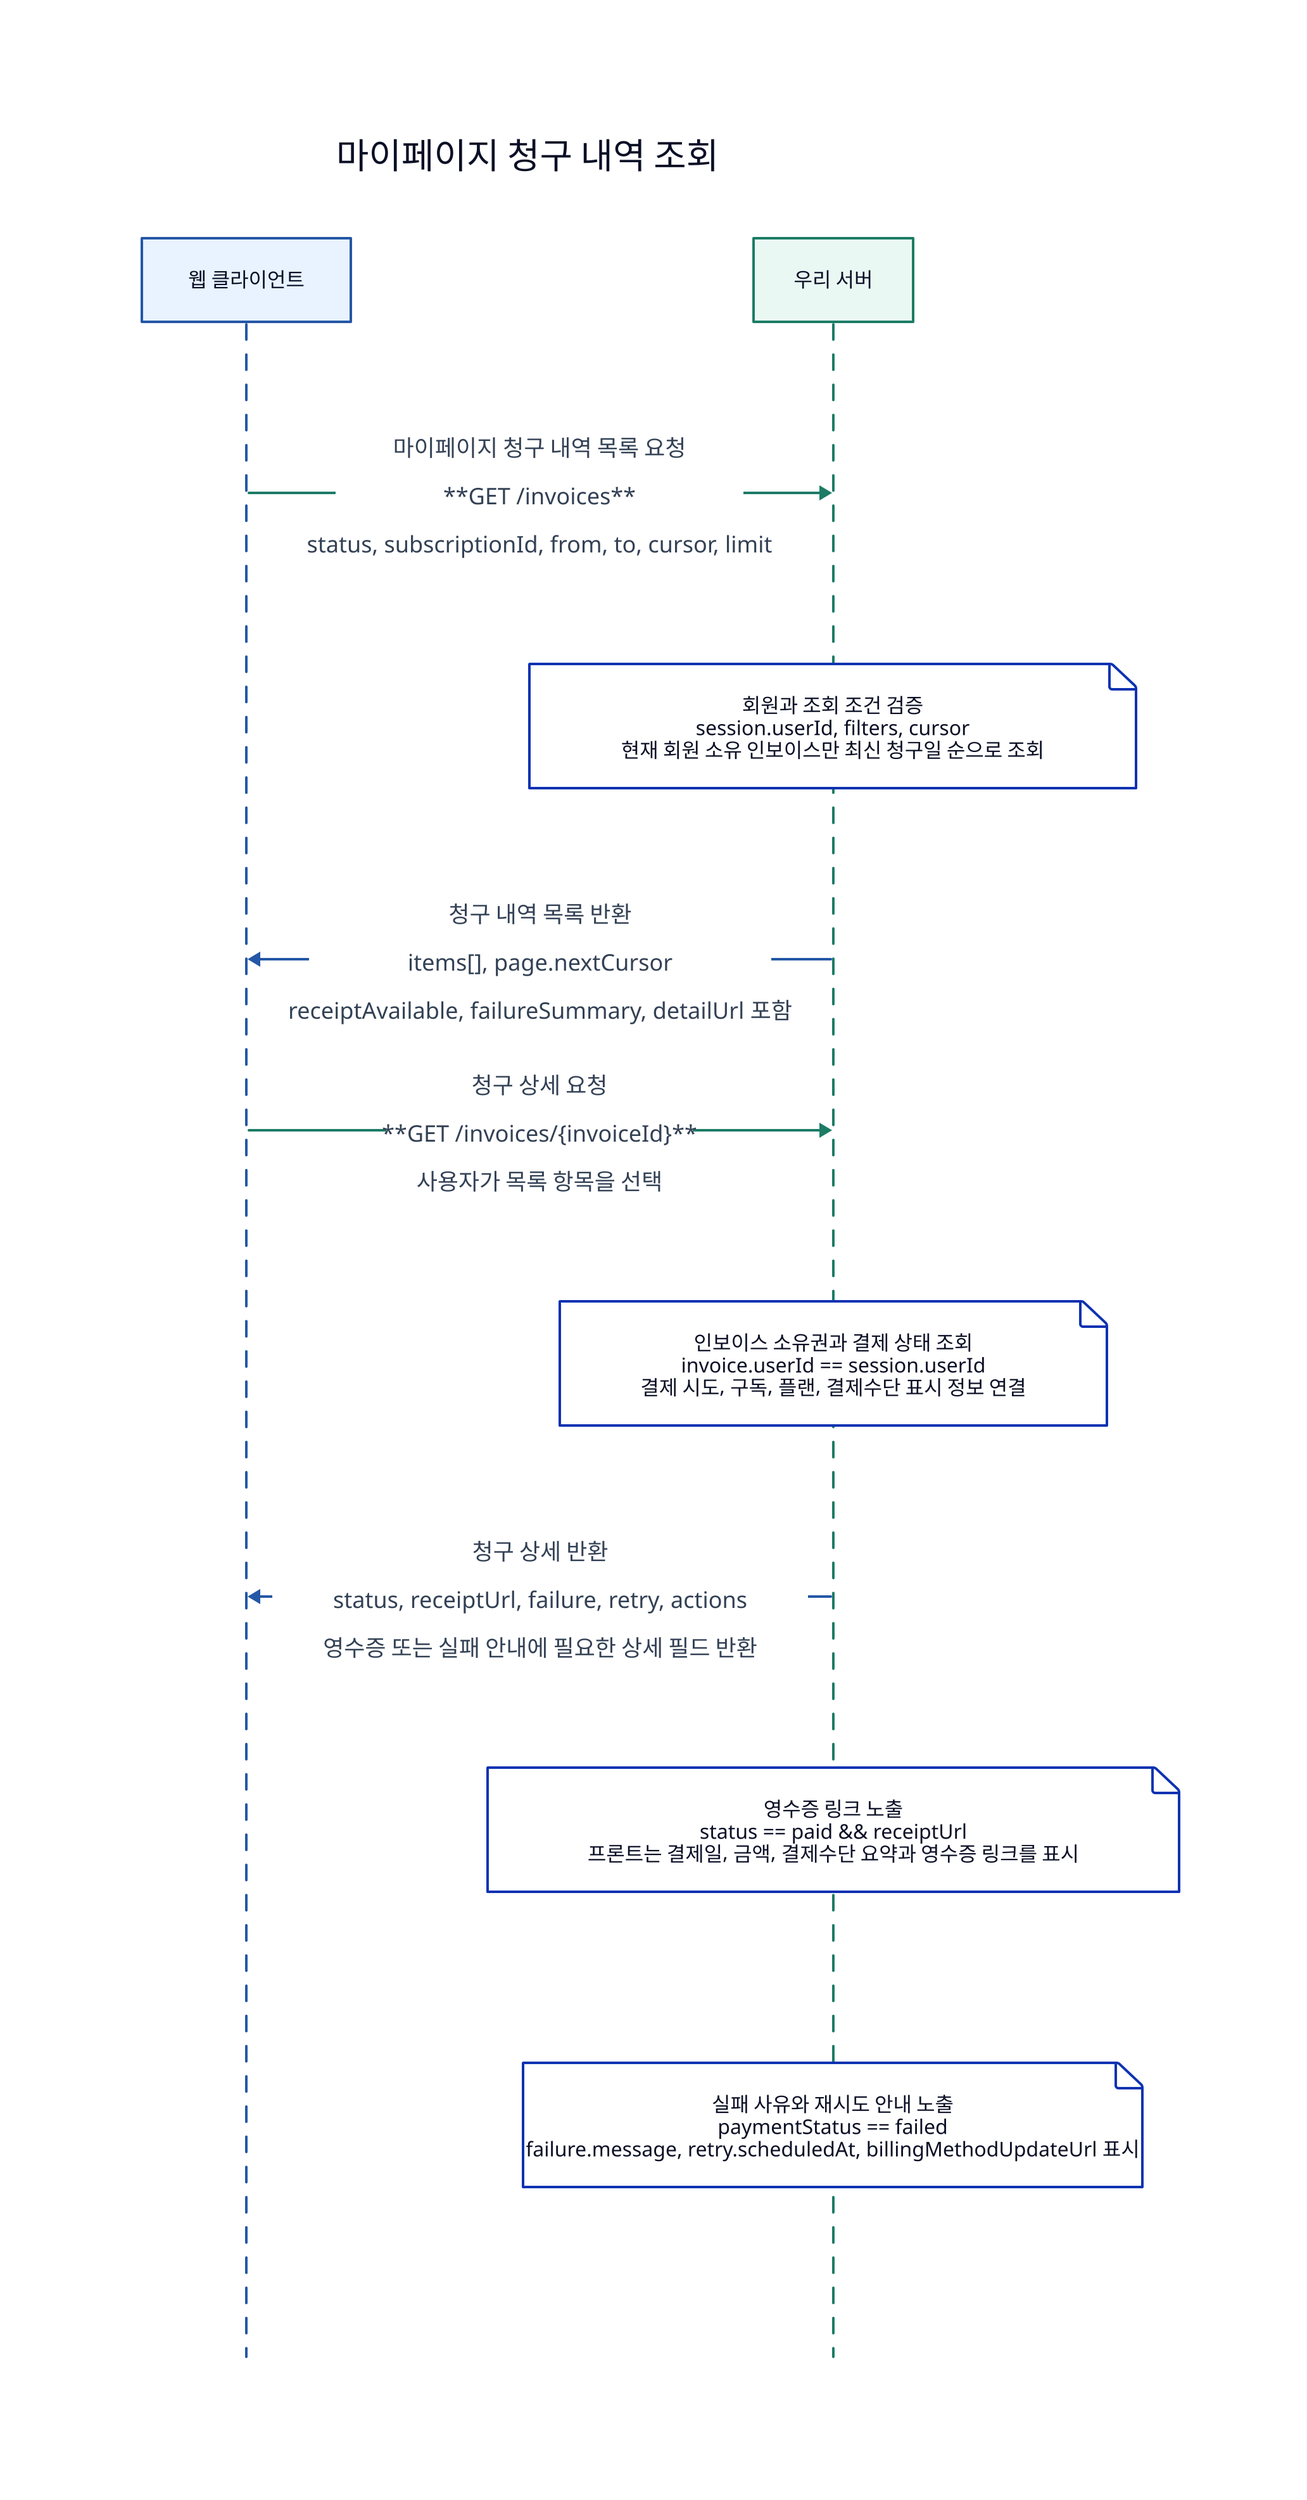
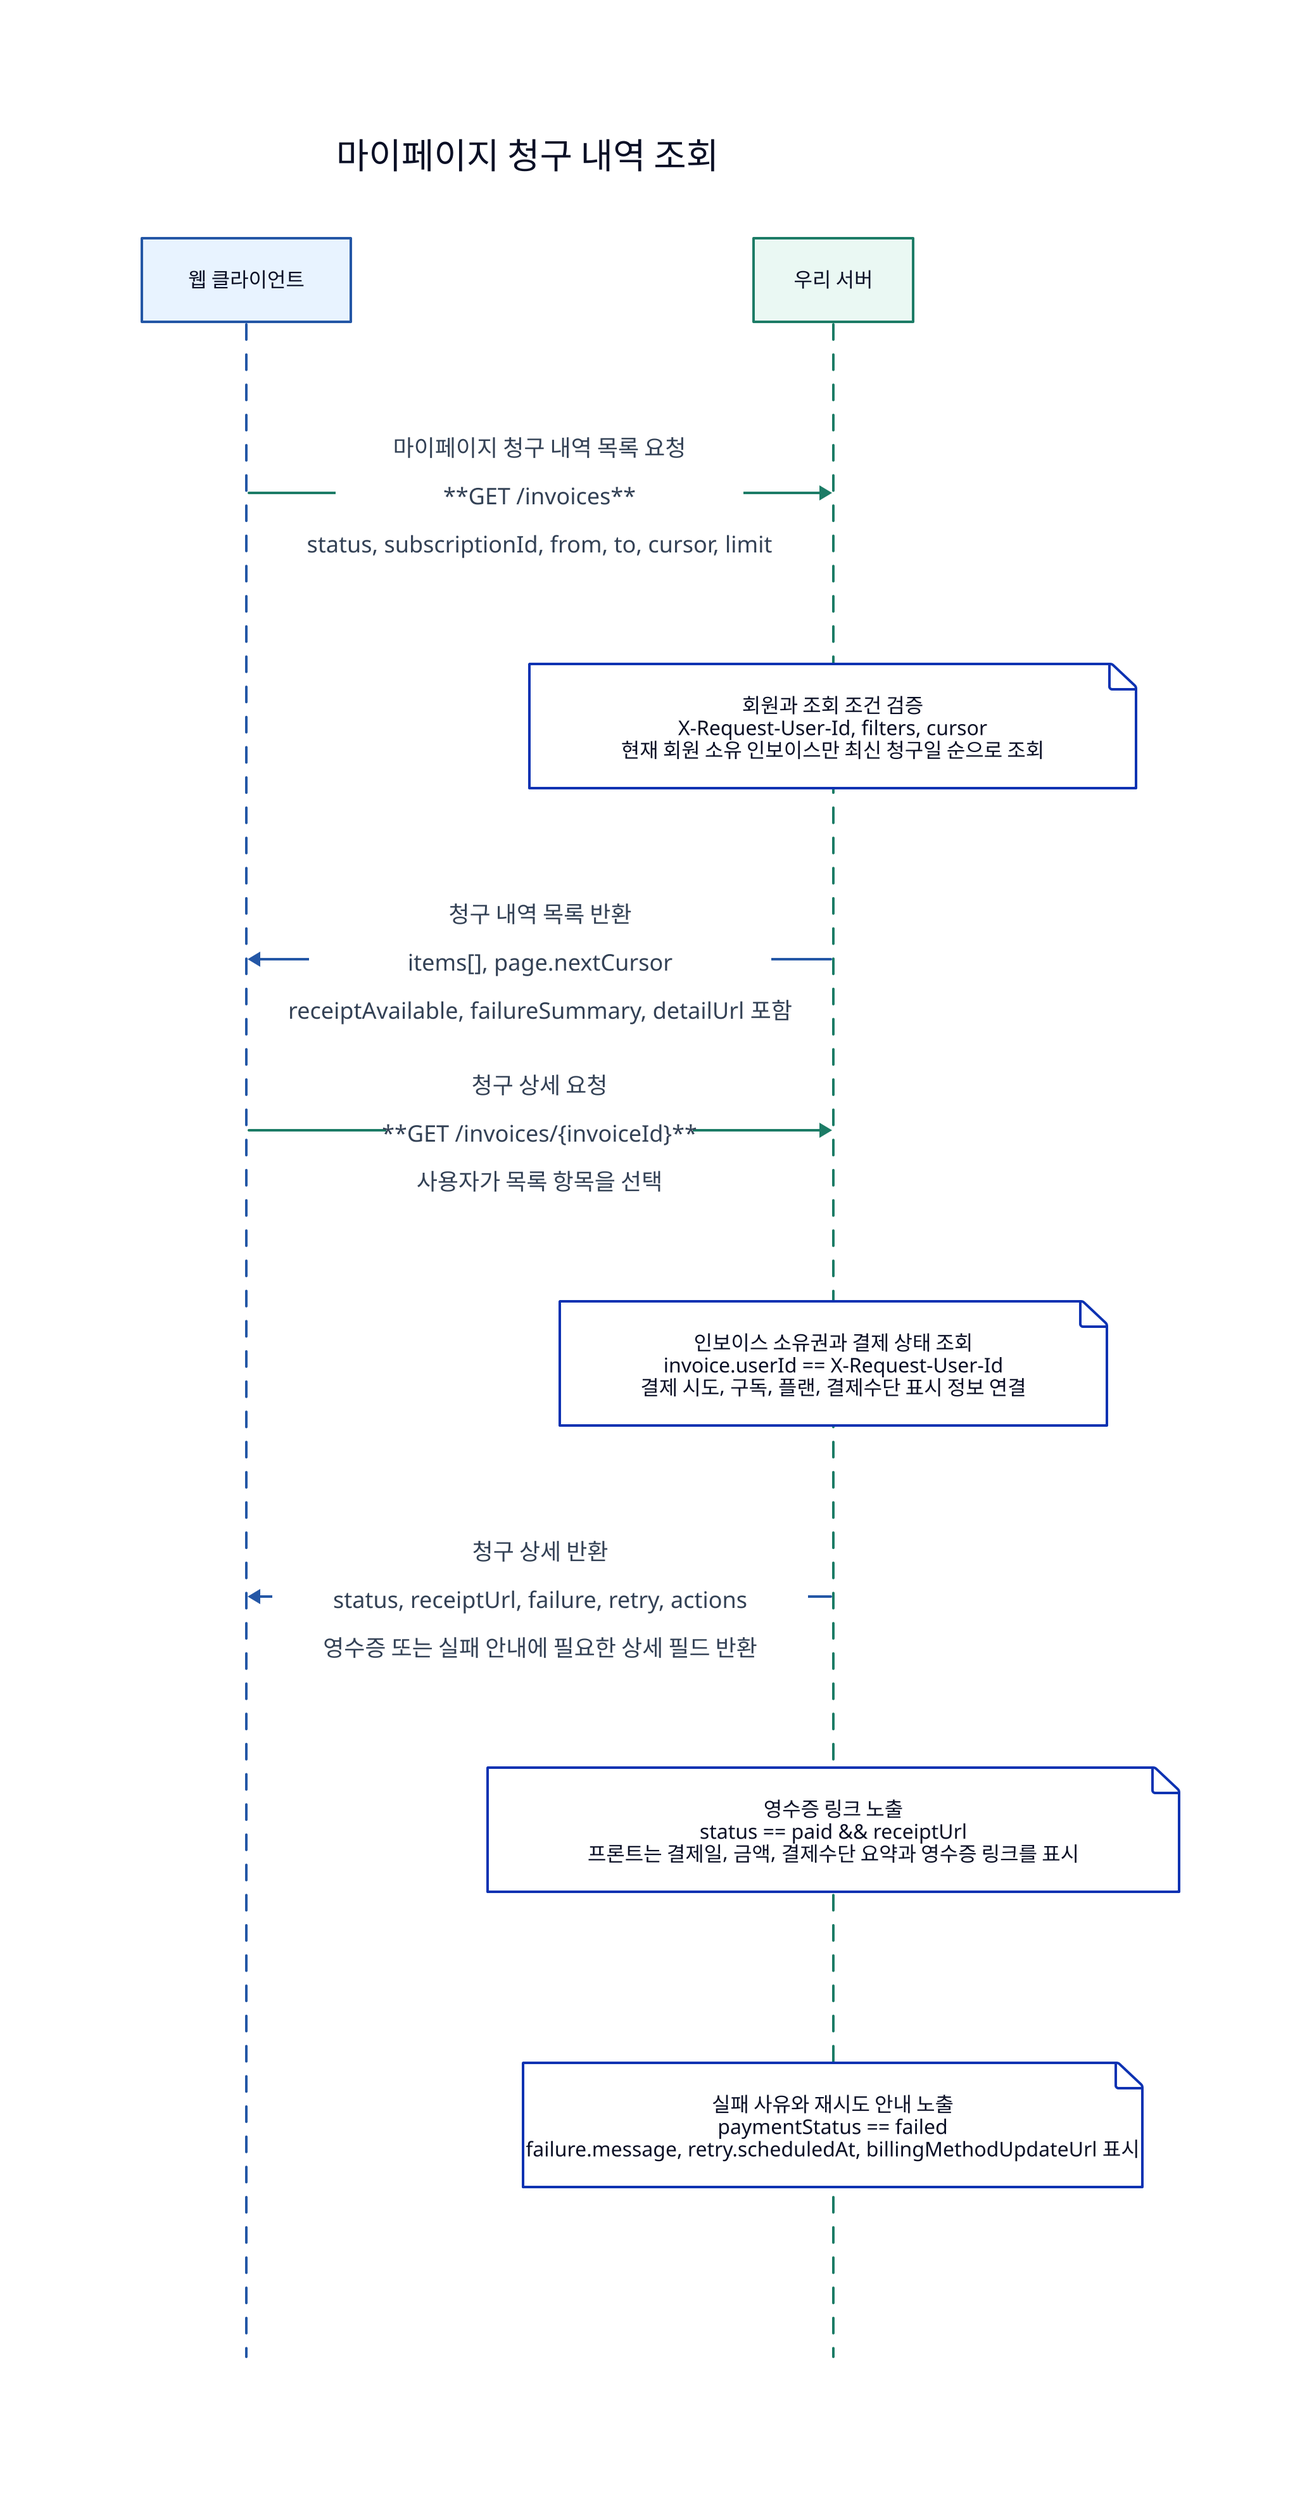
diagram: {
  shape: sequence_diagram
  label: "마이페이지 청구 내역 조회"

  client: "웹 클라이언트"
  client.style.fill: "#e8f3ff"
  client.style.stroke: "#2457a6"
  server: "우리 서버"
  server.style.fill: "#eaf8f3"
  server.style.stroke: "#1c7c66"

  client -> server: |md
마이페이지 청구 내역 목록 요청

**GET /invoices**

status, subscriptionId, from, to, cursor, limit
| {
    style.stroke: "#1c7c66"
    style.font-color: "#334155"
    style.font-size: 18
    style.italic: false
  }
-   server.note_2: "회원과 조회 조건 검증\nsession.userId, filters, cursor\n현재 회원 소유 인보이스만 최신 청구일 순으로 조회"
+   server.note_2: "회원과 조회 조건 검증\nX-Request-User-Id, filters, cursor\n현재 회원 소유 인보이스만 최신 청구일 순으로 조회"
  server -> client: |md
청구 내역 목록 반환

items[], page.nextCursor

receiptAvailable, failureSummary, detailUrl 포함
| {
    style.stroke: "#2457a6"
    style.font-color: "#334155"
    style.font-size: 18
    style.italic: false
  }
  client -> server: |md
청구 상세 요청

**GET /invoices/{invoiceId}**

사용자가 목록 항목을 선택
| {
    style.stroke: "#1c7c66"
    style.font-color: "#334155"
    style.font-size: 18
    style.italic: false
  }
-   server.note_5: "인보이스 소유권과 결제 상태 조회\ninvoice.userId == session.userId\n결제 시도, 구독, 플랜, 결제수단 표시 정보 연결"
+   server.note_5: "인보이스 소유권과 결제 상태 조회\ninvoice.userId == X-Request-User-Id\n결제 시도, 구독, 플랜, 결제수단 표시 정보 연결"
  server -> client: |md
청구 상세 반환

status, receiptUrl, failure, retry, actions

영수증 또는 실패 안내에 필요한 상세 필드 반환
| {
    style.stroke: "#2457a6"
    style.font-color: "#334155"
    style.font-size: 18
    style.italic: false
  }
  server.note_7: "영수증 링크 노출\nstatus == paid && receiptUrl\n프론트는 결제일, 금액, 결제수단 요약과 영수증 링크를 표시"
  server.note_8: "실패 사유와 재시도 안내 노출\npaymentStatus == failed\nfailure.message, retry.scheduledAt, billingMethodUpdateUrl 표시"
}
